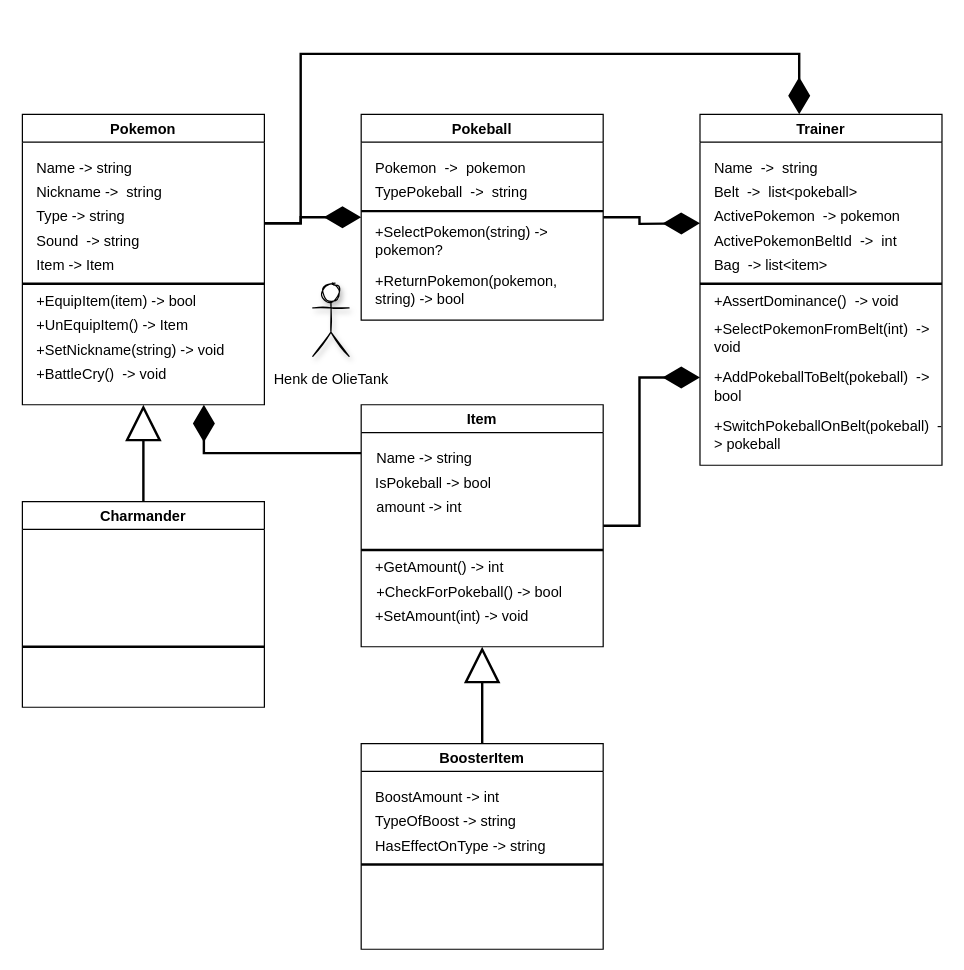
Earlier version of the draw.io diagram Pokemon-Battle-Sim/class diagram.drawio (oldmartijntje/Pokemon-Battle-Simulator). Source tidied: cells renumbered, new cells numbered last; positions are measured from the earlier drawing's top-left corner, leaving out a move shared by most shapes. Both pictures are drawn from the tidied source at 121%, with x=0, y=0 at pixel (22, 53).
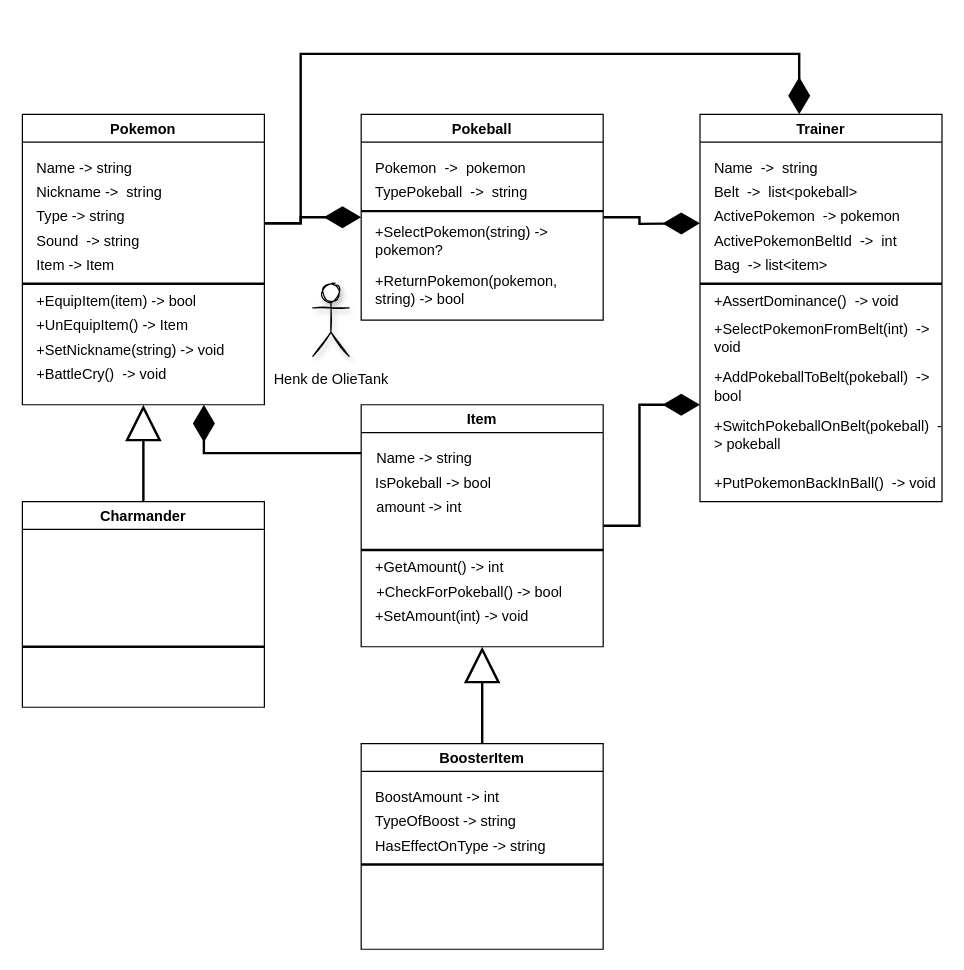
The same page after the edit.

Commit message (it also covers changes not shown here):
class diagram

Change to the diagram source:
```diff
@@
     <mxCell id="23" value="Trainer" style="swimlane;fillStyle=auto;fillColor=default;swimlaneFillColor=default;" parent="1" vertex="1">
-      <mxGeometry x="560" y="50" width="200" height="290" as="geometry" />
+      <mxGeometry x="560" y="50" width="200" height="320" as="geometry" />
     </mxCell>
@@
+    <mxCell id="53" value="+PutPokemonBackInBall()&amp;nbsp;&amp;nbsp;-&amp;gt; void" style="text;html=1;strokeColor=none;fillColor=none;align=left;verticalAlign=middle;whiteSpace=wrap;rounded=0;fillStyle=auto;" parent="23" vertex="1">
+      <mxGeometry x="10" y="290" width="190" height="30" as="geometry" />
+    </mxCell>
```
